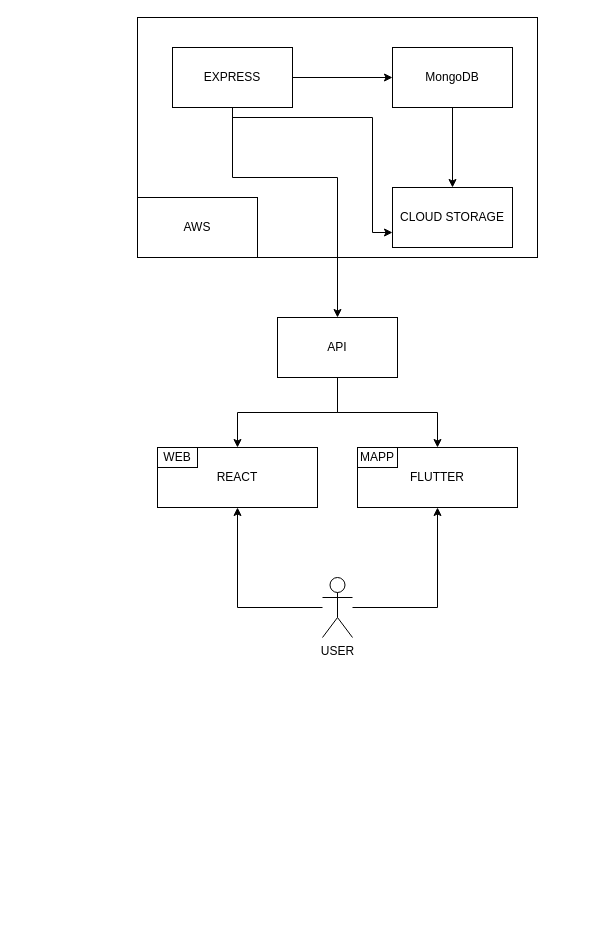
Before: draw.io/Untitled Diagram.drawio in onlymachiavelli/draw.io, a draw.io diagram. Source tidied: cells renumbered, new cells numbered last; positions are measured from the earlier drawing's top-left corner, leaving out a move shared by most shapes. Both pictures are drawn from the tidied source at 100%, with x=0, y=0 at pixel (137, 17).
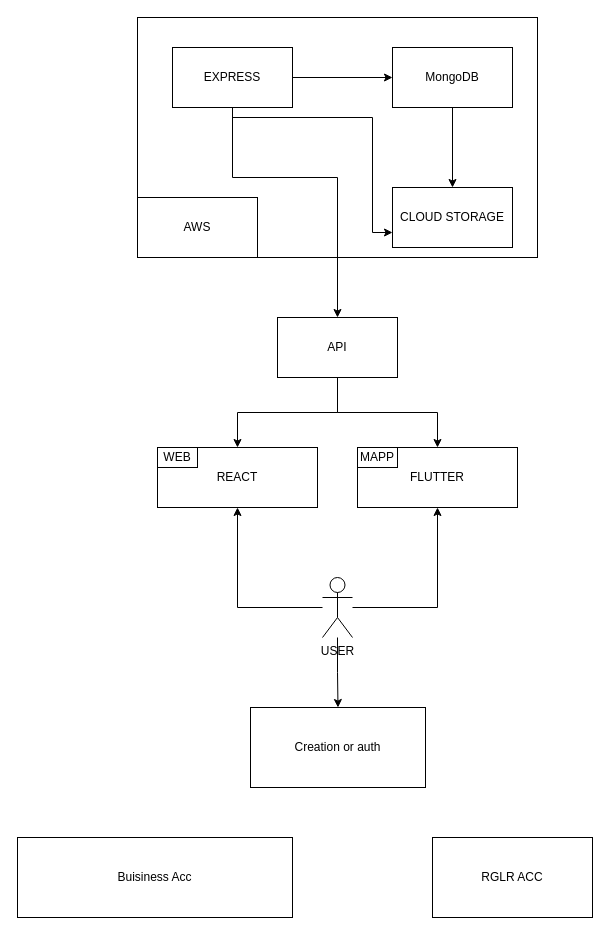
The same diagram, later.

The change refers to these unchanged cells:
```xml
<mxCell id="17" value="USER" style="shape=umlActor;verticalLabelPosition=bottom;verticalAlign=top;html=1;outlineConnect=0;" parent="1" vertex="1">
  <mxGeometry x="185" y="560" width="30" height="60" as="geometry" />
</mxCell>
```

What changed in the source:
```diff
@@
+    <mxCell id="21" style="edgeStyle=orthogonalEdgeStyle;rounded=0;jettySize=auto;html=1;" parent="1" edge="1" source="17" target="22">
+      <mxGeometry relative="1" as="geometry" />
+    </mxCell>
@@
+    <mxCell id="22" value="Creation or auth" style="rounded=0;whiteSpace=wrap;html=1;" parent="1" vertex="1">
+      <mxGeometry x="113" y="690" width="175" height="80" as="geometry" />
+    </mxCell>
+    <mxCell id="23" value="RGLR ACC" style="rounded=0;whiteSpace=wrap;html=1;" parent="1" vertex="1">
+      <mxGeometry x="295" y="820" width="160" height="80" as="geometry" />
+    </mxCell>
+    <mxCell id="24" value="Buisiness Acc" style="rounded=0;whiteSpace=wrap;html=1;" parent="1" vertex="1">
+      <mxGeometry x="-120" y="820" width="275" height="80" as="geometry" />
+    </mxCell>
```
